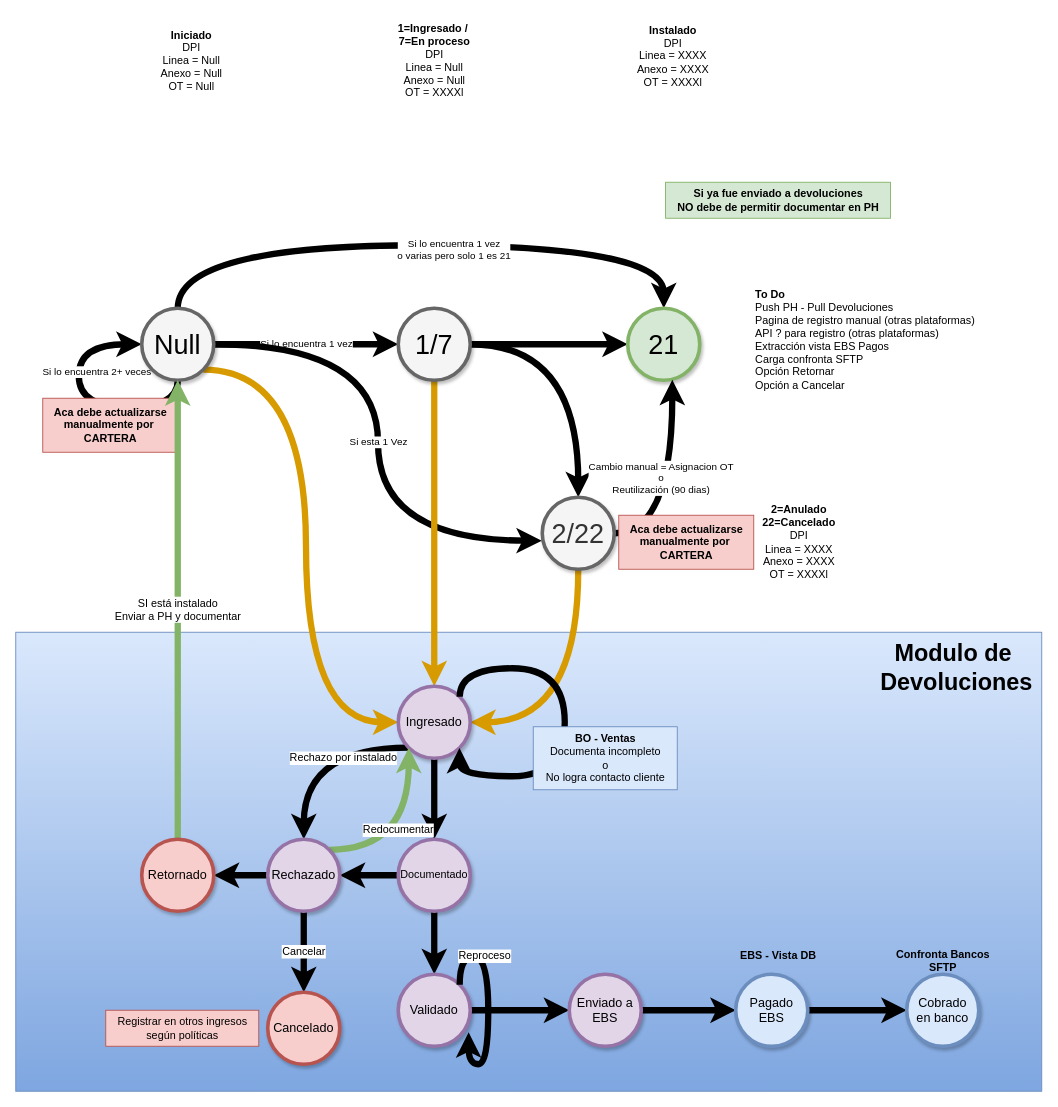
prtigofn/Dev2.0 keeps this draw.io diagram as page "WebAPP" (1 of 2) of CicloVIdaVenta.drawio. Above is the earlier version. Source tidied: cells renumbered, new cells numbered last; positions are measured from the earlier drawing's top-left corner, leaving out a move shared by most shapes. Both pictures are drawn from the tidied source at 90%, with x=0, y=0 at pixel (15, 15).
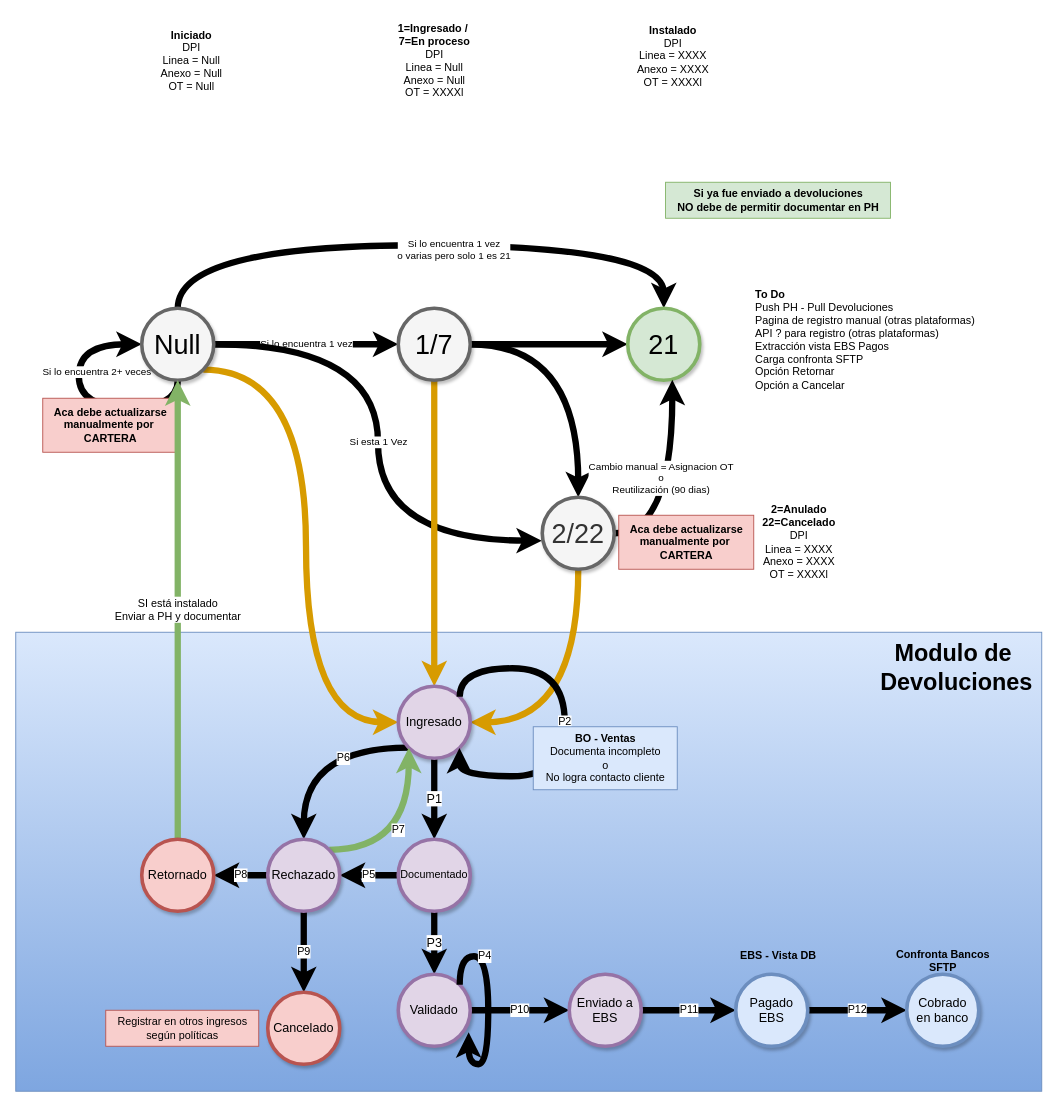
The same page after the edit.

The change refers to these unchanged cells:
```xml
<mxCell id="27" value="Ingresado" style="ellipse;whiteSpace=wrap;html=1;rounded=0;shadow=1;strokeColor=#9673a6;strokeWidth=4;fontSize=14;align=center;fillColor=#e1d5e7;" parent="1" vertex="1">
  <mxGeometry x="425" y="745" width="80" height="80" as="geometry" />
</mxCell>
<mxCell id="31" value="Documentado" style="ellipse;whiteSpace=wrap;html=1;rounded=0;shadow=1;strokeColor=#9673a6;strokeWidth=4;fontSize=12;align=center;fillColor=#e1d5e7;" parent="1" vertex="1">
  <mxGeometry x="425" y="915" width="80" height="80" as="geometry" />
</mxCell>
<mxCell id="33" value="Validado" style="ellipse;whiteSpace=wrap;html=1;rounded=0;shadow=1;strokeColor=#9673a6;strokeWidth=4;fontSize=14;align=center;fillColor=#e1d5e7;" parent="1" vertex="1">
  <mxGeometry x="425" y="1065" width="80" height="80" as="geometry" />
</mxCell>
<mxCell id="40" value="Rechazado" style="ellipse;whiteSpace=wrap;html=1;rounded=0;shadow=1;strokeColor=#9673a6;strokeWidth=4;fontSize=14;align=center;fillColor=#e1d5e7;" parent="1" vertex="1">
  <mxGeometry x="280" y="915" width="80" height="80" as="geometry" />
</mxCell>
<mxCell id="42" value="Enviado a&lt;br&gt;EBS" style="ellipse;whiteSpace=wrap;html=1;rounded=0;shadow=1;strokeColor=#9673a6;strokeWidth=4;fontSize=14;align=center;fillColor=#e1d5e7;" parent="1" vertex="1">
  <mxGeometry x="615" y="1065" width="80" height="80" as="geometry" />
</mxCell>
<mxCell id="44" value="Pagado&lt;br&gt;EBS" style="ellipse;whiteSpace=wrap;html=1;rounded=0;shadow=1;strokeColor=#6c8ebf;strokeWidth=4;fontSize=14;align=center;fillColor=#dae8fc;" parent="1" vertex="1">
  <mxGeometry x="800" y="1065" width="80" height="80" as="geometry" />
</mxCell>
<mxCell id="45" value="Cobrado&lt;br&gt;en banco" style="ellipse;whiteSpace=wrap;html=1;rounded=0;shadow=1;strokeColor=#6c8ebf;strokeWidth=4;fontSize=14;align=center;fillColor=#dae8fc;" parent="1" vertex="1">
  <mxGeometry x="990" y="1065" width="80" height="80" as="geometry" />
</mxCell>
<mxCell id="47" value="Cancelado" style="ellipse;whiteSpace=wrap;html=1;rounded=0;shadow=1;strokeColor=#b85450;strokeWidth=4;fontSize=14;align=center;fillColor=#f8cecc;" parent="1" vertex="1">
  <mxGeometry x="280" y="1085" width="80" height="80" as="geometry" />
</mxCell>
<mxCell id="49" value="Retornado" style="ellipse;whiteSpace=wrap;html=1;rounded=0;shadow=1;strokeColor=#b85450;strokeWidth=4;fontSize=14;align=center;fillColor=#f8cecc;" parent="1" vertex="1">
  <mxGeometry x="140" y="915" width="80" height="80" as="geometry" />
</mxCell>
```

Change to the diagram source:
```diff
@@
-    <mxCell id="25" style="edgeStyle=orthogonalEdgeStyle;curved=1;rounded=0;jettySize=auto;html=1;fontSize=14;strokeWidth=7;elbow=vertical;" parent="1" edge="1" source="27" target="31">
+    <mxCell id="25" value="P1" style="edgeStyle=orthogonalEdgeStyle;curved=1;rounded=0;jettySize=auto;html=1;fontSize=14;strokeWidth=7;elbow=vertical;" parent="1" edge="1" source="27" target="31">
       <mxGeometry relative="1" as="geometry" />
     </mxCell>
-    <mxCell id="26" value="Rechazo por instalado" style="edgeStyle=orthogonalEdgeStyle;curved=1;rounded=0;jettySize=auto;html=1;fontSize=12;strokeWidth=7;elbow=vertical;exitX=0;exitY=1;exitDx=0;exitDy=0;entryX=0.5;entryY=0;entryDx=0;entryDy=0;" parent="1" edge="1" source="27" target="40">
+    <mxCell id="26" value="P6" style="edgeStyle=orthogonalEdgeStyle;curved=1;rounded=0;jettySize=auto;html=1;fontSize=12;strokeWidth=7;elbow=vertical;exitX=0;exitY=1;exitDx=0;exitDy=0;entryX=0.5;entryY=0;entryDx=0;entryDy=0;" parent="1" edge="1" source="27" target="40">
       <mxGeometry x="-0.33" y="12" relative="1" as="geometry" />
     </mxCell>
@@
-    <mxCell id="29" style="edgeStyle=orthogonalEdgeStyle;curved=1;rounded=0;jettySize=auto;html=1;fontSize=14;strokeWidth=7;elbow=vertical;" parent="1" edge="1" source="31" target="33">
+    <mxCell id="29" value="P3" style="edgeStyle=orthogonalEdgeStyle;curved=1;rounded=0;jettySize=auto;html=1;fontSize=14;strokeWidth=7;elbow=vertical;" parent="1" edge="1" source="31" target="33">
       <mxGeometry relative="1" as="geometry" />
     </mxCell>
-    <mxCell id="30" style="edgeStyle=orthogonalEdgeStyle;curved=1;rounded=0;jettySize=auto;html=1;fontSize=12;strokeWidth=7;elbow=vertical;" parent="1" edge="1" source="31" target="40">
+    <mxCell id="30" value="P5&lt;br&gt;" style="edgeStyle=orthogonalEdgeStyle;curved=1;rounded=0;jettySize=auto;html=1;fontSize=12;strokeWidth=7;elbow=vertical;" parent="1" edge="1" source="31" target="40">
       <mxGeometry relative="1" as="geometry" />
     </mxCell>
@@
-    <mxCell id="32" style="edgeStyle=orthogonalEdgeStyle;curved=1;rounded=0;jettySize=auto;html=1;fontSize=12;strokeWidth=7;elbow=vertical;" parent="1" edge="1" source="33" target="42">
+    <mxCell id="32" value="P10" style="edgeStyle=orthogonalEdgeStyle;curved=1;rounded=0;jettySize=auto;html=1;fontSize=12;strokeWidth=7;elbow=vertical;" parent="1" edge="1" source="33" target="42">
       <mxGeometry relative="1" as="geometry" />
     </mxCell>
@@
-    <mxCell id="34" style="edgeStyle=orthogonalEdgeStyle;curved=1;rounded=0;orthogonalLoop=1;jettySize=auto;html=1;fontSize=12;strokeWidth=7;elbow=vertical;exitX=1;exitY=0;exitDx=0;exitDy=0;" parent="1" edge="1" source="27" target="27">
+    <mxCell id="34" value="P2" style="edgeStyle=orthogonalEdgeStyle;curved=1;rounded=0;orthogonalLoop=1;jettySize=auto;html=1;fontSize=12;strokeWidth=7;elbow=vertical;exitX=1;exitY=0;exitDx=0;exitDy=0;" parent="1" edge="1" source="27" target="27">
       <mxGeometry relative="1" as="geometry">
         <Array as="points">
           <mxPoint x="493" y="725" />
           <mxPoint x="610" y="725" />
           <mxPoint x="610" y="845" />
           <mxPoint x="493" y="845" />
         </Array>
       </mxGeometry>
     </mxCell>
@@
-    <mxCell id="36" value="Redocumentar" style="edgeStyle=orthogonalEdgeStyle;curved=1;rounded=0;jettySize=auto;html=1;entryX=0;entryY=1;entryDx=0;entryDy=0;fontSize=12;strokeWidth=7;elbow=vertical;fillColor=#d5e8d4;strokeColor=#82b366;exitX=1;exitY=0;exitDx=0;exitDy=0;" parent="1" edge="1" source="40" target="27">
+    <mxCell id="36" value="P7" style="edgeStyle=orthogonalEdgeStyle;curved=1;rounded=0;jettySize=auto;html=1;entryX=0;entryY=1;entryDx=0;entryDy=0;fontSize=12;strokeWidth=7;elbow=vertical;fillColor=#d5e8d4;strokeColor=#82b366;exitX=1;exitY=0;exitDx=0;exitDy=0;" parent="1" edge="1" source="40" target="27">
       <mxGeometry x="-0.24" y="22" relative="1" as="geometry" />
     </mxCell>
@@
-    <mxCell id="38" value="Cancelar" style="edgeStyle=orthogonalEdgeStyle;curved=1;rounded=0;jettySize=auto;html=1;fontSize=12;strokeWidth=7;elbow=vertical;" parent="1" edge="1" source="40" target="47">
+    <mxCell id="38" value="P9" style="edgeStyle=orthogonalEdgeStyle;curved=1;rounded=0;jettySize=auto;html=1;fontSize=12;strokeWidth=7;elbow=vertical;" parent="1" edge="1" source="40" target="47">
       <mxGeometry relative="1" as="geometry" />
     </mxCell>
-    <mxCell id="39" style="edgeStyle=orthogonalEdgeStyle;curved=1;rounded=0;jettySize=auto;html=1;fontSize=12;strokeWidth=7;elbow=vertical;" parent="1" edge="1" source="40" target="49">
+    <mxCell id="39" value="P8" style="edgeStyle=orthogonalEdgeStyle;curved=1;rounded=0;jettySize=auto;html=1;fontSize=12;strokeWidth=7;elbow=vertical;" parent="1" edge="1" source="40" target="49">
       <mxGeometry relative="1" as="geometry" />
     </mxCell>
@@
-    <mxCell id="41" style="edgeStyle=orthogonalEdgeStyle;curved=1;rounded=0;jettySize=auto;html=1;fontSize=12;strokeWidth=7;elbow=vertical;" parent="1" edge="1" source="42" target="44">
+    <mxCell id="41" value="P11" style="edgeStyle=orthogonalEdgeStyle;curved=1;rounded=0;jettySize=auto;html=1;fontSize=12;strokeWidth=7;elbow=vertical;" parent="1" edge="1" source="42" target="44">
       <mxGeometry relative="1" as="geometry" />
     </mxCell>
@@
-    <mxCell id="43" style="edgeStyle=orthogonalEdgeStyle;curved=1;rounded=0;jettySize=auto;html=1;fontSize=12;strokeWidth=7;elbow=vertical;" parent="1" edge="1" source="44" target="45">
+    <mxCell id="43" value="P12" style="edgeStyle=orthogonalEdgeStyle;curved=1;rounded=0;jettySize=auto;html=1;fontSize=12;strokeWidth=7;elbow=vertical;" parent="1" edge="1" source="44" target="45">
       <mxGeometry relative="1" as="geometry" />
     </mxCell>
@@
-    <mxCell id="50" value="Reproceso" style="edgeStyle=orthogonalEdgeStyle;curved=1;rounded=0;orthogonalLoop=1;jettySize=auto;html=1;exitX=1;exitY=0;exitDx=0;exitDy=0;entryX=0.978;entryY=0.806;entryDx=0;entryDy=0;entryPerimeter=0;fontSize=12;strokeWidth=7;elbow=vertical;" parent="1" edge="1" source="33" target="33">
+    <mxCell id="50" value="P4" style="edgeStyle=orthogonalEdgeStyle;curved=1;rounded=0;orthogonalLoop=1;jettySize=auto;html=1;exitX=1;exitY=0;exitDx=0;exitDy=0;entryX=0.978;entryY=0.806;entryDx=0;entryDy=0;entryPerimeter=0;fontSize=12;strokeWidth=7;elbow=vertical;" parent="1" edge="1" source="33" target="33">
       <mxGeometry x="-0.51" relative="1" as="geometry" />
     </mxCell>
```
